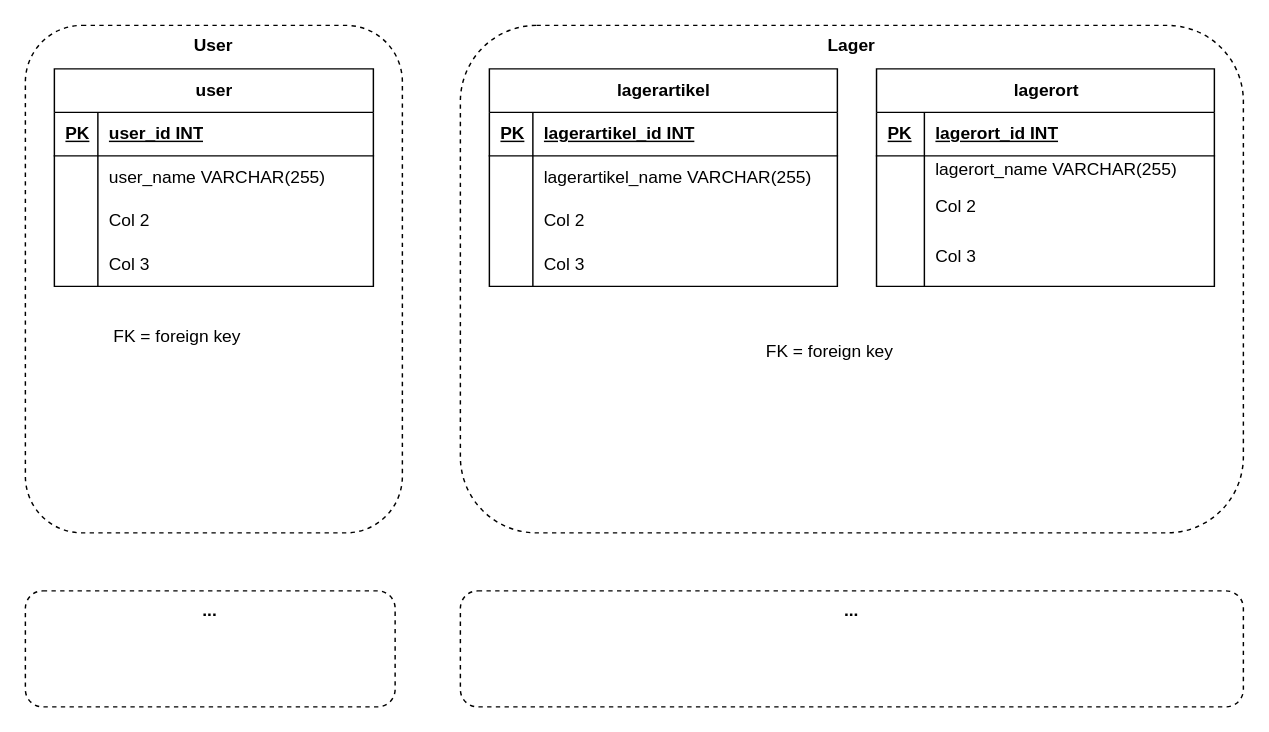
Before: page "Datenbank" (7 of 7) of Unbenanntes Diagramm.drawio in kitanicKS/fireapp_frontend, a draw.io diagram. Source tidied: cells renumbered, new cells numbered last; positions are measured from the earlier drawing's top-left corner, leaving out a move shared by most shapes. Both pictures are drawn from the tidied source at 145%, with x=0, y=0 at pixel (25, 25).
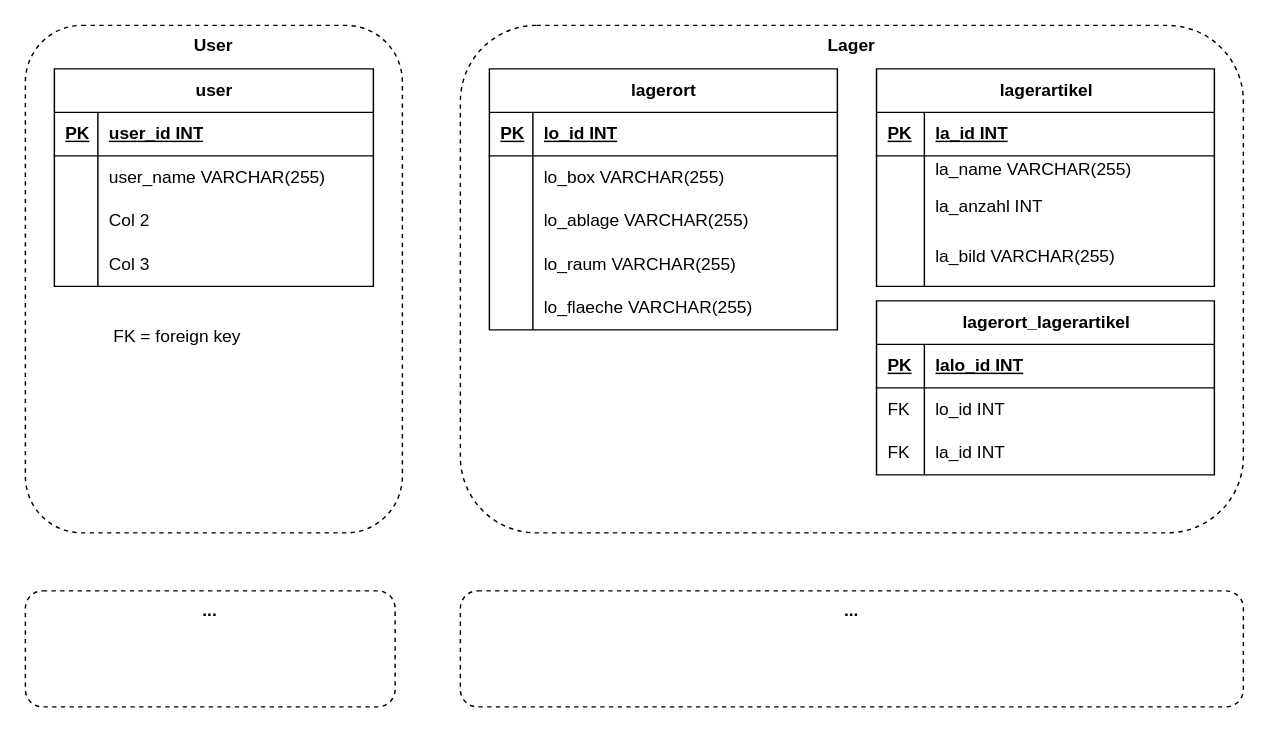
After the change.

Unchanged cells that the change refers to:
```xml
<mxCell id="18" style="shape=tableRow;horizontal=0;startSize=0;swimlaneHead=0;swimlaneBody=0;fillColor=none;top=0;left=0;right=0;bottom=1;" parent="17" vertex="1">
  <mxGeometry y="30" width="240" height="30" as="geometry" />
</mxCell>
<mxCell id="31" style="shape=tableRow;horizontal=0;startSize=0;swimlaneHead=0;swimlaneBody=0;fillColor=none;top=0;left=0;right=0;bottom=1;" parent="30" vertex="1">
  <mxGeometry y="30" width="233" height="30" as="geometry" />
</mxCell>
<mxCell id="34" style="shape=tableRow;horizontal=0;startSize=0;swimlaneHead=0;swimlaneBody=0;fillColor=none;top=0;left=0;right=0;bottom=0;" parent="30" vertex="1">
  <mxGeometry y="60" width="233" height="20" as="geometry" />
</mxCell>
<mxCell id="37" style="shape=tableRow;horizontal=0;startSize=0;swimlaneHead=0;swimlaneBody=0;fillColor=none;top=0;left=0;right=0;bottom=0;" parent="30" vertex="1">
  <mxGeometry y="80" width="233" height="30" as="geometry" />
</mxCell>
<mxCell id="40" style="shape=tableRow;horizontal=0;startSize=0;swimlaneHead=0;swimlaneBody=0;fillColor=none;top=0;left=0;right=0;bottom=0;" parent="30" vertex="1">
  <mxGeometry y="110" width="233" height="40" as="geometry" />
</mxCell>
```

What changed in the source:
```diff
@@
-    <mxCell id="17" value="lagerartikel" style="shape=table;startSize=30;childLayout=tableLayout;rowLines=0;fontStyle=1;align=center;html=1;" parent="1" vertex="1">
-      <mxGeometry x="320" y="30" width="240" height="150" as="geometry" />
+    <mxCell id="17" value="lagerort" style="shape=table;startSize=30;childLayout=tableLayout;rowLines=0;fontStyle=1;align=center;html=1;" parent="1" vertex="1">
+      <mxGeometry x="320" y="30" width="240" height="180" as="geometry" />
     </mxCell>
@@
-    <mxCell id="20" value="lagerartikel_id INT" style="shape=partialRectangle;fillColor=none;top=0;left=0;bottom=0;right=0;align=left;spacingLeft=6;fontStyle=5;overflow=hidden;whiteSpace=wrap;html=1;" parent="18" vertex="1">
+    <mxCell id="20" value="lo_id INT" style="shape=partialRectangle;fillColor=none;top=0;left=0;bottom=0;right=0;align=left;spacingLeft=6;fontStyle=5;overflow=hidden;whiteSpace=wrap;html=1;" parent="18" vertex="1">
       <mxGeometry x="30" width="210" height="30" as="geometry" />
     </mxCell>
-    <mxCell id="21" style="shape=tableRow;horizontal=0;startSize=0;swimlaneHead=0;swimlaneBody=0;fillColor=none;top=0;left=0;right=0;bottom=0;" parent="17" vertex="1">
-      <mxGeometry y="60" width="240" height="30" as="geometry" />
-    </mxCell>
-    <mxCell id="22" style="shape=partialRectangle;fillColor=none;top=0;left=0;bottom=0;right=0;align=left;spacingLeft=6;overflow=hidden;whiteSpace=wrap;html=1;" parent="21" vertex="1">
-      <mxGeometry width="30" height="30" as="geometry" />
-    </mxCell>
-    <mxCell id="23" value="lagerartikel_name VARCHAR(255)" style="shape=partialRectangle;fillColor=none;top=0;left=0;bottom=0;right=0;align=left;spacingLeft=6;overflow=hidden;whiteSpace=wrap;html=1;" parent="21" vertex="1">
-      <mxGeometry x="30" width="210" height="30" as="geometry" />
-    </mxCell>
     <mxCell id="24" style="shape=tableRow;horizontal=0;startSize=0;swimlaneHead=0;swimlaneBody=0;fillColor=none;top=0;left=0;right=0;bottom=0;" parent="17" vertex="1">
-      <mxGeometry y="90" width="240" height="30" as="geometry" />
+      <mxGeometry y="60" width="240" height="30" as="geometry" />
     </mxCell>
@@
-    <mxCell id="26" value="Col 2" style="shape=partialRectangle;fillColor=none;top=0;left=0;bottom=0;right=0;align=left;spacingLeft=6;overflow=hidden;whiteSpace=wrap;html=1;" parent="24" vertex="1">
+    <mxCell id="26" value="lo_box VARCHAR(255)" style="shape=partialRectangle;fillColor=none;top=0;left=0;bottom=0;right=0;align=left;spacingLeft=6;overflow=hidden;whiteSpace=wrap;html=1;" parent="24" vertex="1">
       <mxGeometry x="30" width="210" height="30" as="geometry" />
     </mxCell>
     <mxCell id="27" style="shape=tableRow;horizontal=0;startSize=0;swimlaneHead=0;swimlaneBody=0;fillColor=none;top=0;left=0;right=0;bottom=0;" parent="17" vertex="1">
-      <mxGeometry y="120" width="240" height="30" as="geometry" />
+      <mxGeometry y="90" width="240" height="30" as="geometry" />
     </mxCell>
@@
-    <mxCell id="29" value="Col 3" style="shape=partialRectangle;fillColor=none;top=0;left=0;bottom=0;right=0;align=left;spacingLeft=6;overflow=hidden;whiteSpace=wrap;html=1;" parent="27" vertex="1">
+    <mxCell id="29" value="lo_ablage VARCHAR(255)" style="shape=partialRectangle;fillColor=none;top=0;left=0;bottom=0;right=0;align=left;spacingLeft=6;overflow=hidden;whiteSpace=wrap;html=1;" parent="27" vertex="1">
       <mxGeometry x="30" width="210" height="30" as="geometry" />
     </mxCell>
+    <mxCell id="47" style="shape=tableRow;horizontal=0;startSize=0;swimlaneHead=0;swimlaneBody=0;fillColor=none;top=0;left=0;right=0;bottom=0;" parent="17" vertex="1">
+      <mxGeometry y="120" width="240" height="30" as="geometry" />
+    </mxCell>
+    <mxCell id="48" style="shape=partialRectangle;fillColor=none;top=0;left=0;bottom=0;right=0;align=left;spacingLeft=6;overflow=hidden;whiteSpace=wrap;html=1;" parent="47" vertex="1">
+      <mxGeometry width="30" height="30" as="geometry" />
+    </mxCell>
+    <mxCell id="49" value="lo_raum VARCHAR(255)" style="shape=partialRectangle;fillColor=none;top=0;left=0;bottom=0;right=0;align=left;spacingLeft=6;overflow=hidden;whiteSpace=wrap;html=1;" parent="47" vertex="1">
+      <mxGeometry x="30" width="210" height="30" as="geometry" />
+    </mxCell>
+    <mxCell id="50" style="shape=tableRow;horizontal=0;startSize=0;swimlaneHead=0;swimlaneBody=0;fillColor=none;top=0;left=0;right=0;bottom=0;" parent="17" vertex="1">
+      <mxGeometry y="150" width="240" height="30" as="geometry" />
+    </mxCell>
+    <mxCell id="51" style="shape=partialRectangle;fillColor=none;top=0;left=0;bottom=0;right=0;align=left;spacingLeft=6;overflow=hidden;whiteSpace=wrap;html=1;" parent="50" vertex="1">
+      <mxGeometry width="30" height="30" as="geometry" />
+    </mxCell>
+    <mxCell id="52" value="lo_flaeche VARCHAR(255)" style="shape=partialRectangle;fillColor=none;top=0;left=0;bottom=0;right=0;align=left;spacingLeft=6;overflow=hidden;whiteSpace=wrap;html=1;" parent="50" vertex="1">
+      <mxGeometry x="30" width="210" height="30" as="geometry" />
+    </mxCell>
-    <mxCell id="30" value="lagerort" style="shape=table;startSize=30;childLayout=tableLayout;rowLines=0;fontStyle=1;align=center;html=1;" parent="1" vertex="1">
+    <mxCell id="30" value="lagerartikel" style="shape=table;startSize=30;childLayout=tableLayout;rowLines=0;fontStyle=1;align=center;html=1;" parent="1" vertex="1">
       <mxGeometry x="587" y="30" width="233" height="150" as="geometry" />
     </mxCell>
@@
-    <mxCell id="33" value="lagerort_id INT" style="shape=partialRectangle;fillColor=none;top=0;left=0;bottom=0;right=0;align=left;spacingLeft=6;fontStyle=5;overflow=hidden;whiteSpace=wrap;html=1;" parent="31" vertex="1">
+    <mxCell id="33" value="la_id INT" style="shape=partialRectangle;fillColor=none;top=0;left=0;bottom=0;right=0;align=left;spacingLeft=6;fontStyle=5;overflow=hidden;whiteSpace=wrap;html=1;" parent="31" vertex="1">
       <mxGeometry x="33" width="200" height="30" as="geometry" />
     </mxCell>
@@
-    <mxCell id="36" value="lagerort_name VARCHAR(255)" style="shape=partialRectangle;fillColor=none;top=0;left=0;bottom=0;right=0;align=left;spacingLeft=6;overflow=hidden;whiteSpace=wrap;html=1;" parent="34" vertex="1">
+    <mxCell id="36" value="la_name VARCHAR(255)" style="shape=partialRectangle;fillColor=none;top=0;left=0;bottom=0;right=0;align=left;spacingLeft=6;overflow=hidden;whiteSpace=wrap;html=1;" parent="34" vertex="1">
       <mxGeometry x="33" width="200" height="20" as="geometry" />
     </mxCell>
@@
-    <mxCell id="39" value="Col 2" style="shape=partialRectangle;fillColor=none;top=0;left=0;bottom=0;right=0;align=left;spacingLeft=6;overflow=hidden;whiteSpace=wrap;html=1;" parent="37" vertex="1">
+    <mxCell id="39" value="la_anzahl INT" style="shape=partialRectangle;fillColor=none;top=0;left=0;bottom=0;right=0;align=left;spacingLeft=6;overflow=hidden;whiteSpace=wrap;html=1;" parent="37" vertex="1">
       <mxGeometry x="33" width="200" height="30" as="geometry" />
     </mxCell>
@@
-    <mxCell id="42" value="Col 3" style="shape=partialRectangle;fillColor=none;top=0;left=0;bottom=0;right=0;align=left;spacingLeft=6;overflow=hidden;whiteSpace=wrap;html=1;" parent="40" vertex="1">
+    <mxCell id="42" value="la_bild VARCHAR(255)" style="shape=partialRectangle;fillColor=none;top=0;left=0;bottom=0;right=0;align=left;spacingLeft=6;overflow=hidden;whiteSpace=wrap;html=1;" parent="40" vertex="1">
       <mxGeometry x="33" width="200" height="40" as="geometry" />
     </mxCell>
@@
-    <mxCell id="46" value="FK = foreign key" style="text;html=1;align=center;verticalAlign=middle;whiteSpace=wrap;rounded=0;" parent="1" vertex="1">
-      <mxGeometry x="500" y="210" width="110" height="30" as="geometry" />
-    </mxCell>
+    <mxCell id="53" value="lagerort_lagerartikel" style="shape=table;startSize=30;childLayout=tableLayout;rowLines=0;fontStyle=1;align=center;html=1;" parent="1" vertex="1">
+      <mxGeometry x="587" y="190" width="233" height="120" as="geometry" />
+    </mxCell>
+    <mxCell id="54" style="shape=tableRow;horizontal=0;startSize=0;swimlaneHead=0;swimlaneBody=0;fillColor=none;top=0;left=0;right=0;bottom=1;" parent="53" vertex="1">
+      <mxGeometry y="30" width="233" height="30" as="geometry" />
+    </mxCell>
+    <mxCell id="55" value="PK" style="shape=partialRectangle;fillColor=none;top=0;left=0;bottom=0;right=0;align=left;spacingLeft=6;fontStyle=5;overflow=hidden;whiteSpace=wrap;html=1;" parent="54" vertex="1">
+      <mxGeometry width="33" height="30" as="geometry" />
+    </mxCell>
+    <mxCell id="56" value="lalo_id INT" style="shape=partialRectangle;fillColor=none;top=0;left=0;bottom=0;right=0;align=left;spacingLeft=6;fontStyle=5;overflow=hidden;whiteSpace=wrap;html=1;" parent="54" vertex="1">
+      <mxGeometry x="33" width="200" height="30" as="geometry" />
+    </mxCell>
+    <mxCell id="57" style="shape=tableRow;horizontal=0;startSize=0;swimlaneHead=0;swimlaneBody=0;fillColor=none;top=0;left=0;right=0;bottom=0;" parent="53" vertex="1">
+      <mxGeometry y="60" width="233" height="30" as="geometry" />
+    </mxCell>
+    <mxCell id="58" value="FK" style="shape=partialRectangle;fillColor=none;top=0;left=0;bottom=0;right=0;align=left;spacingLeft=6;overflow=hidden;whiteSpace=wrap;html=1;" parent="57" vertex="1">
+      <mxGeometry width="33" height="30" as="geometry" />
+    </mxCell>
+    <mxCell id="59" value="lo_id INT" style="shape=partialRectangle;fillColor=none;top=0;left=0;bottom=0;right=0;align=left;spacingLeft=6;overflow=hidden;whiteSpace=wrap;html=1;" parent="57" vertex="1">
+      <mxGeometry x="33" width="200" height="30" as="geometry" />
+    </mxCell>
+    <mxCell id="60" style="shape=tableRow;horizontal=0;startSize=0;swimlaneHead=0;swimlaneBody=0;fillColor=none;top=0;left=0;right=0;bottom=0;" parent="53" vertex="1">
+      <mxGeometry y="90" width="233" height="30" as="geometry" />
+    </mxCell>
+    <mxCell id="61" value="FK" style="shape=partialRectangle;fillColor=none;top=0;left=0;bottom=0;right=0;align=left;spacingLeft=6;overflow=hidden;whiteSpace=wrap;html=1;" parent="60" vertex="1">
+      <mxGeometry width="33" height="30" as="geometry" />
+    </mxCell>
+    <mxCell id="62" value="la_id INT" style="shape=partialRectangle;fillColor=none;top=0;left=0;bottom=0;right=0;align=left;spacingLeft=6;overflow=hidden;whiteSpace=wrap;html=1;" parent="60" vertex="1">
+      <mxGeometry x="33" width="200" height="30" as="geometry" />
+    </mxCell>
```
